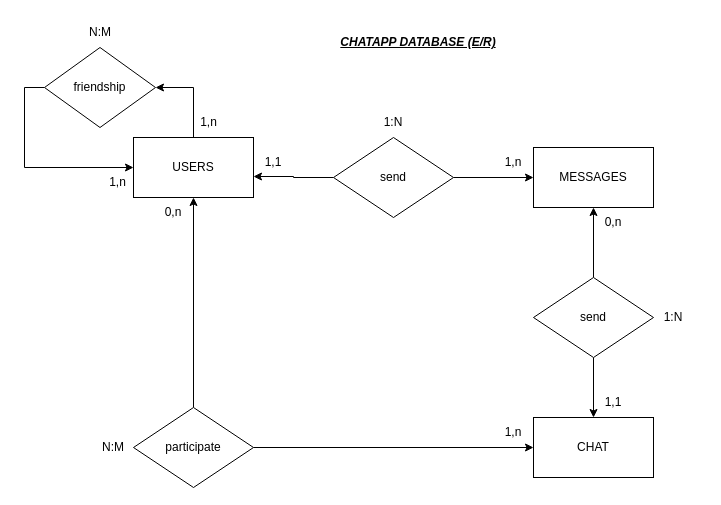
Before: project_first_term/sql/chat_appBD.drawio in RodrigoMatatoros/DW-EntornoServidor, a draw.io diagram. Source tidied: cells renumbered, new cells numbered last; positions are measured from the earlier drawing's top-left corner, leaving out a move shared by most shapes. Both pictures are drawn from the tidied source at 100%, with x=0, y=0 at pixel (44, 17).
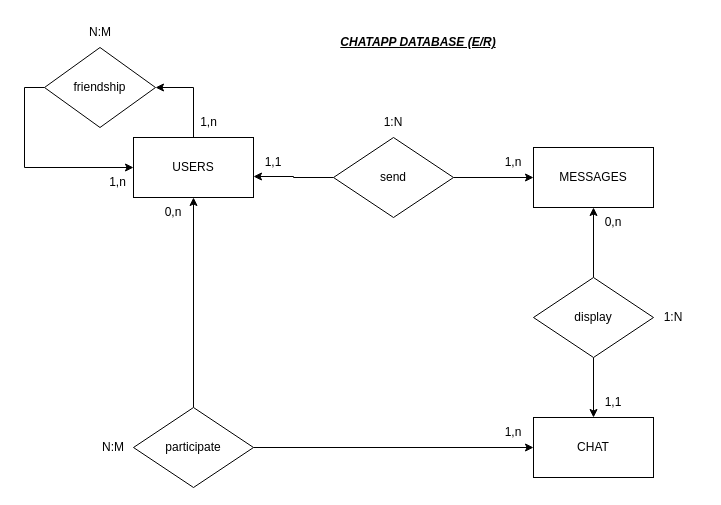
After the change.

Commit message (it also covers changes not shown here):
send messages

Diff of the diagram source:
```diff
@@
-    <mxCell id="11" value="send" style="rhombus;whiteSpace=wrap;html=1;" parent="1" vertex="1">
+    <mxCell id="11" value="display" style="rhombus;whiteSpace=wrap;html=1;" parent="1" vertex="1">
       <mxGeometry x="489" y="260" width="120" height="80" as="geometry" />
     </mxCell>
```
